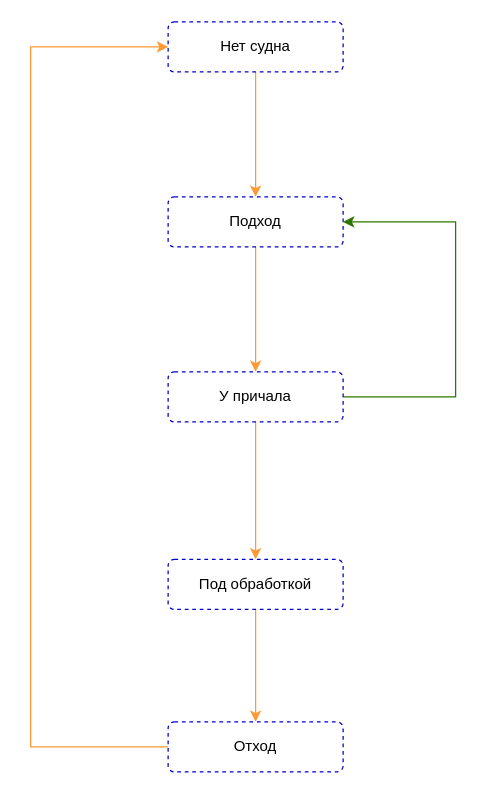
Before: page "СтатусыСудна" (6 of 15) of MoorINet.drawio in aaf1974/ProjectDiagram, a draw.io diagram. Source tidied: cells renumbered, new cells numbered last; positions are measured from the earlier drawing's top-left corner, leaving out a move shared by most shapes. Both pictures are drawn from the tidied source at 125%, with x=0, y=0 at pixel (30, 21).
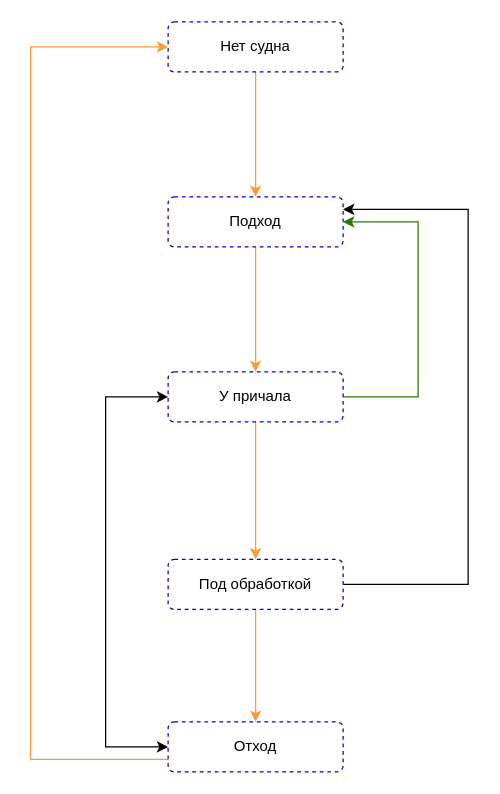
Above is the later version.

The change refers to these unchanged cells:
```xml
<mxCell id="3" value="Нет судна" style="html=1;align=center;verticalAlign=middle;rounded=1;absoluteArcSize=1;arcSize=10;dashed=1;whiteSpace=wrap;strokeColor=#0000CC;" parent="1" vertex="1">
  <mxGeometry x="110" width="140" height="40" as="geometry" />
</mxCell>
<mxCell id="5" value="Подход" style="html=1;align=center;verticalAlign=middle;rounded=1;absoluteArcSize=1;arcSize=10;dashed=1;whiteSpace=wrap;strokeColor=#0000CC;" parent="1" vertex="1">
  <mxGeometry x="110" y="140" width="140" height="40" as="geometry" />
</mxCell>
<mxCell id="8" value="У причала" style="html=1;align=center;verticalAlign=middle;rounded=1;absoluteArcSize=1;arcSize=10;dashed=1;whiteSpace=wrap;strokeColor=#0000CC;" parent="1" vertex="1">
  <mxGeometry x="110" y="280" width="140" height="40" as="geometry" />
</mxCell>
<mxCell id="10" value="Под обработкой" style="html=1;align=center;verticalAlign=middle;rounded=1;absoluteArcSize=1;arcSize=10;dashed=1;whiteSpace=wrap;strokeColor=#0000CC;" parent="1" vertex="1">
  <mxGeometry x="110" y="430" width="140" height="40" as="geometry" />
</mxCell>
<mxCell id="12" value="Отход" style="html=1;align=center;verticalAlign=middle;rounded=1;absoluteArcSize=1;arcSize=10;dashed=1;whiteSpace=wrap;strokeColor=#0000CC;" parent="1" vertex="1">
  <mxGeometry x="110" y="560" width="140" height="40" as="geometry" />
</mxCell>
```

Diff of the diagram source:
```diff
@@
     <mxCell id="7" style="edgeStyle=orthogonalEdgeStyle;rounded=0;jettySize=auto;html=1;entryX=1;entryY=0.5;entryDx=0;entryDy=0;fillColor=#60a917;strokeColor=#2D7600;" parent="1" edge="1" source="8" target="5">
       <mxGeometry relative="1" as="geometry">
         <Array as="points">
-          <mxPoint x="340" y="300" />
-          <mxPoint x="340" y="160" />
+          <mxPoint x="310" y="300" />
+          <mxPoint x="310" y="160" />
         </Array>
       </mxGeometry>
     </mxCell>
@@
+    <mxCell id="13" style="edgeStyle=orthogonalEdgeStyle;rounded=0;jettySize=auto;html=1;entryX=1;entryY=0.25;entryDx=0;entryDy=0;" parent="1" edge="1" source="10" target="5">
+      <mxGeometry relative="1" as="geometry">
+        <Array as="points">
+          <mxPoint x="350" y="450" />
+          <mxPoint x="350" y="150" />
+        </Array>
+      </mxGeometry>
+    </mxCell>
@@
     <mxCell id="11" style="edgeStyle=orthogonalEdgeStyle;rounded=0;jettySize=auto;html=1;entryX=0;entryY=0.5;entryDx=0;entryDy=0;strokeColor=#FF9933;align=center;verticalAlign=middle;fontFamily=Helvetica;fontSize=11;fontColor=default;labelBackgroundColor=default;endArrow=classic;" parent="1" edge="1" source="12" target="3">
       <mxGeometry relative="1" as="geometry">
         <Array as="points">
-          <mxPoint y="580" />
+          <mxPoint y="590" />
           <mxPoint y="20" />
         </Array>
       </mxGeometry>
     </mxCell>
+    <mxCell id="14" style="edgeStyle=orthogonalEdgeStyle;rounded=0;jettySize=auto;html=1;entryX=0;entryY=0.5;entryDx=0;entryDy=0;startArrow=classic;startFill=1;" parent="1" edge="1" source="12" target="8">
+      <mxGeometry relative="1" as="geometry">
+        <Array as="points">
+          <mxPoint x="60" y="580" />
+          <mxPoint x="60" y="300" />
+        </Array>
+      </mxGeometry>
+    </mxCell>
```
